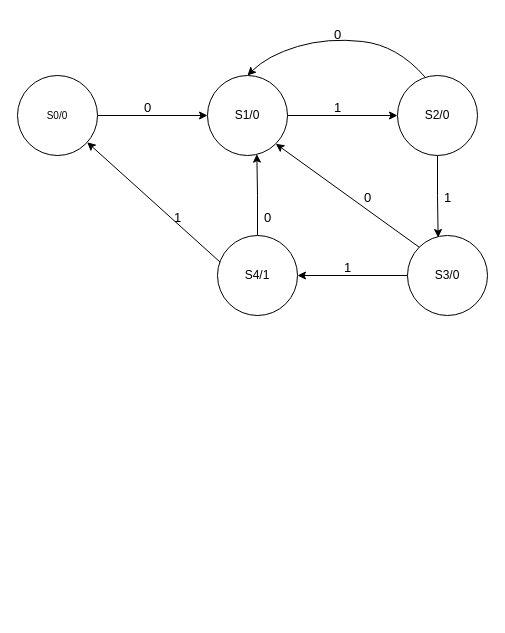
This is lab2.drawio from UIT20522097/UIT20522097.github.io, a draw.io file, before an edit. Source tidied: cells renumbered, new cells numbered last; positions are measured from the earlier drawing's top-left corner, leaving out a move shared by most shapes. Both pictures are drawn from the tidied source at 100%, with x=0, y=0 at pixel (17, 24).
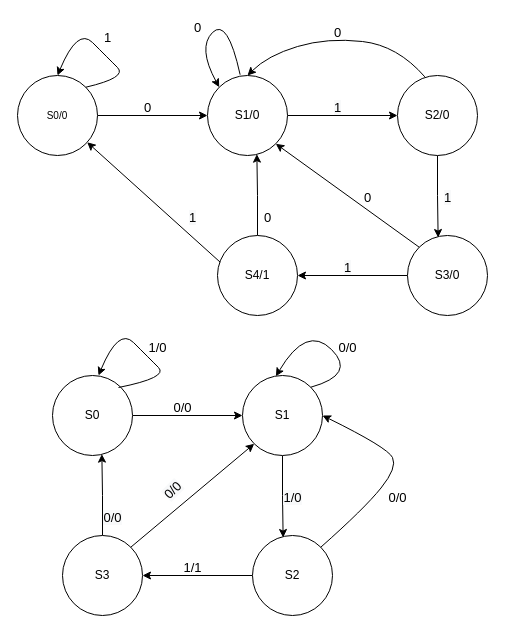
The same diagram, later.

Unchanged cells that the change refers to:
```xml
<mxCell id="3" value="&lt;font size=&quot;1&quot;&gt;S0/0&lt;/font&gt;" style="ellipse;whiteSpace=wrap;html=1;" parent="1" vertex="1">
  <mxGeometry y="51" width="80" height="80" as="geometry" />
</mxCell>
<mxCell id="7" value="S1/0" style="ellipse;whiteSpace=wrap;html=1;" parent="1" vertex="1">
  <mxGeometry x="190" y="51" width="80" height="80" as="geometry" />
</mxCell>
```

Diff of the diagram source:
```diff
@@
     <mxCell id="16" value="0" style="text;html=1;align=center;verticalAlign=middle;strokeColor=none;fillColor=none;fontSize=13;" parent="1" vertex="1">
-      <mxGeometry x="310" width="20" height="20" as="geometry" />
+      <mxGeometry x="310" y="-2" width="20" height="20" as="geometry" />
     </mxCell>
-    <mxCell id="17" value="1" style="text;html=1;align=center;verticalAlign=middle;strokeColor=none;fillColor=none;fontSize=13;" parent="1" vertex="1">
-      <mxGeometry x="310" y="73" width="20" height="20" as="geometry" />
+    <mxCell id="17" value="&#10;&#10;&lt;span style=&quot;color: rgb(0, 0, 0); font-family: helvetica; font-size: 13px; font-style: normal; font-weight: 400; letter-spacing: normal; text-align: center; text-indent: 0px; text-transform: none; word-spacing: 0px; background-color: rgb(248, 249, 250); display: inline; float: none;&quot;&gt;1&lt;/span&gt;&#10;&#10;" style="text;html=1;align=center;verticalAlign=middle;strokeColor=none;fillColor=none;fontSize=13;" parent="1" vertex="1">
+      <mxGeometry x="310" y="48" width="20" height="70" as="geometry" />
     </mxCell>
-    <mxCell id="18" value="1" style="text;html=1;align=center;verticalAlign=middle;strokeColor=none;fillColor=none;fontSize=13;" parent="1" vertex="1">
-      <mxGeometry x="420" y="163" width="20" height="20" as="geometry" />
+    <mxCell id="18" value="&#10;&#10;&lt;span style=&quot;color: rgb(0, 0, 0); font-family: helvetica; font-size: 13px; font-style: normal; font-weight: 400; letter-spacing: normal; text-align: center; text-indent: 0px; text-transform: none; word-spacing: 0px; background-color: rgb(248, 249, 250); display: inline; float: none;&quot;&gt;1&lt;/span&gt;&#10;&#10;" style="text;html=1;align=center;verticalAlign=middle;strokeColor=none;fillColor=none;fontSize=13;" parent="1" vertex="1">
+      <mxGeometry x="420" y="138" width="20" height="70" as="geometry" />
     </mxCell>
@@
-    <mxCell id="20" value="1" style="text;html=1;align=center;verticalAlign=middle;strokeColor=none;fillColor=none;fontSize=13;" parent="1" vertex="1">
-      <mxGeometry x="320" y="233" width="20" height="20" as="geometry" />
+    <mxCell id="20" value="&#10;&#10;&lt;span style=&quot;color: rgb(0, 0, 0); font-family: helvetica; font-size: 13px; font-style: normal; font-weight: 400; letter-spacing: normal; text-align: center; text-indent: 0px; text-transform: none; word-spacing: 0px; background-color: rgb(248, 249, 250); display: inline; float: none;&quot;&gt;1&lt;/span&gt;&#10;&#10;" style="text;html=1;align=center;verticalAlign=middle;strokeColor=none;fillColor=none;fontSize=13;" parent="1" vertex="1">
+      <mxGeometry x="320" y="208" width="20" height="70" as="geometry" />
     </mxCell>
@@
-    <mxCell id="22" value="1" style="text;html=1;align=center;verticalAlign=middle;strokeColor=none;fillColor=none;fontSize=13;" parent="1" vertex="1">
-      <mxGeometry x="150" y="183" width="20" height="20" as="geometry" />
+    <mxCell id="22" value="&#10;&#10;&lt;span style=&quot;color: rgb(0, 0, 0); font-family: helvetica; font-size: 13px; font-style: normal; font-weight: 400; letter-spacing: normal; text-align: center; text-indent: 0px; text-transform: none; word-spacing: 0px; background-color: rgb(248, 249, 250); display: inline; float: none;&quot;&gt;1&lt;/span&gt;&#10;&#10;" style="text;html=1;align=center;verticalAlign=middle;strokeColor=none;fillColor=none;fontSize=13;" parent="1" vertex="1">
+      <mxGeometry x="165" y="158" width="20" height="70" as="geometry" />
     </mxCell>
+    <mxCell id="23" style="curved=1;endArrow=classic;html=1;rounded=0;fontSize=13;exitX=1;exitY=0;exitDx=0;exitDy=0;entryX=0.5;entryY=0;entryDx=0;entryDy=0;" parent="1" edge="1" source="3" target="3">
+      <mxGeometry relative="1" as="geometry">
+        <Array as="points">
+          <mxPoint x="110" y="53" />
+          <mxPoint x="90" y="33" />
+          <mxPoint x="60" y="3" />
+        </Array>
+      </mxGeometry>
+    </mxCell>
+    <mxCell id="24" value="1" style="text;html=1;align=center;verticalAlign=middle;strokeColor=none;fillColor=none;fontSize=13;" parent="1" vertex="1">
+      <mxGeometry x="80" y="3" width="20" height="20" as="geometry" />
+    </mxCell>
+    <mxCell id="25" style="edgeStyle=orthogonalEdgeStyle;rounded=0;jettySize=auto;html=1;entryX=0.383;entryY=0.025;entryDx=0;entryDy=0;entryPerimeter=0;fontSize=13;" parent="1" edge="1" source="26" target="30">
+      <mxGeometry relative="1" as="geometry" />
+    </mxCell>
+    <mxCell id="26" value="S1" style="ellipse;whiteSpace=wrap;html=1;" parent="1" vertex="1">
+      <mxGeometry x="225" y="351" width="80" height="80" as="geometry" />
+    </mxCell>
+    <mxCell id="27" style="edgeStyle=orthogonalEdgeStyle;rounded=0;jettySize=auto;html=1;entryX=0;entryY=0.5;entryDx=0;entryDy=0;fontSize=13;" parent="1" edge="1" source="28" target="26">
+      <mxGeometry relative="1" as="geometry" />
+    </mxCell>
+    <mxCell id="28" value="S0" style="ellipse;whiteSpace=wrap;html=1;" parent="1" vertex="1">
+      <mxGeometry x="35" y="351" width="80" height="80" as="geometry" />
+    </mxCell>
+    <mxCell id="29" style="edgeStyle=orthogonalEdgeStyle;rounded=0;jettySize=auto;html=1;entryX=1;entryY=0.5;entryDx=0;entryDy=0;fontSize=13;" parent="1" edge="1" source="30" target="32">
+      <mxGeometry relative="1" as="geometry" />
+    </mxCell>
+    <mxCell id="30" value="S2" style="ellipse;whiteSpace=wrap;html=1;" parent="1" vertex="1">
+      <mxGeometry x="235" y="511" width="80" height="80" as="geometry" />
+    </mxCell>
+    <mxCell id="31" style="edgeStyle=orthogonalEdgeStyle;rounded=0;jettySize=auto;html=1;exitX=0.5;exitY=0;exitDx=0;exitDy=0;entryX=0.617;entryY=0.983;entryDx=0;entryDy=0;entryPerimeter=0;fontSize=13;" parent="1" edge="1" source="32" target="28">
+      <mxGeometry relative="1" as="geometry" />
+    </mxCell>
+    <mxCell id="32" value="S3" style="ellipse;whiteSpace=wrap;html=1;" parent="1" vertex="1">
+      <mxGeometry x="45" y="511" width="80" height="80" as="geometry" />
+    </mxCell>
+    <mxCell id="33" value="0/0" style="text;html=1;align=center;verticalAlign=middle;strokeColor=none;fillColor=none;fontSize=13;" parent="1" vertex="1">
+      <mxGeometry x="150" y="373" width="30" height="20" as="geometry" />
+    </mxCell>
+    <mxCell id="34" value="&#10;&#10;&lt;span style=&quot;color: rgb(0, 0, 0); font-family: helvetica; font-size: 13px; font-style: normal; font-weight: 400; letter-spacing: normal; text-align: center; text-indent: 0px; text-transform: none; word-spacing: 0px; background-color: rgb(248, 249, 250); display: inline; float: none;&quot;&gt;1/0&lt;/span&gt;&#10;&#10;" style="text;html=1;align=center;verticalAlign=middle;strokeColor=none;fillColor=none;fontSize=13;" parent="1" vertex="1">
+      <mxGeometry x="260" y="438" width="30" height="70" as="geometry" />
+    </mxCell>
+    <mxCell id="35" value="1/1" style="text;html=1;align=center;verticalAlign=middle;strokeColor=none;fillColor=none;fontSize=13;" parent="1" vertex="1">
+      <mxGeometry x="160" y="533" width="30" height="20" as="geometry" />
+    </mxCell>
+    <mxCell id="36" value="&#10;&#10;&lt;span style=&quot;color: rgb(0, 0, 0); font-family: helvetica; font-size: 13px; font-style: normal; font-weight: 400; letter-spacing: normal; text-align: center; text-indent: 0px; text-transform: none; word-spacing: 0px; background-color: rgb(248, 249, 250); display: inline; float: none;&quot;&gt;0/0&lt;/span&gt;&#10;&#10;" style="text;html=1;align=center;verticalAlign=middle;strokeColor=none;fillColor=none;fontSize=13;" parent="1" vertex="1">
+      <mxGeometry x="80" y="458" width="30" height="70" as="geometry" />
+    </mxCell>
+    <mxCell id="37" style="curved=1;endArrow=classic;html=1;rounded=0;fontSize=13;exitX=0.408;exitY=-0.01;exitDx=0;exitDy=0;exitPerimeter=0;entryX=0;entryY=0;entryDx=0;entryDy=0;" parent="1" edge="1" source="7" target="7">
+      <mxGeometry relative="1" as="geometry">
+        <Array as="points">
+          <mxPoint x="210" y="-7" />
+          <mxPoint x="180" y="23" />
+        </Array>
+      </mxGeometry>
+    </mxCell>
+    <mxCell id="38" value="0" style="text;html=1;align=center;verticalAlign=middle;strokeColor=none;fillColor=none;fontSize=13;" parent="1" vertex="1">
+      <mxGeometry x="170" y="-7" width="20" height="20" as="geometry" />
+    </mxCell>
+    <mxCell id="39" value="1/0" style="curved=1;endArrow=classic;html=1;rounded=0;fontSize=13;entryX=0.5;entryY=0;entryDx=0;entryDy=0;" parent="1" edge="1">
+      <mxGeometry x="-0.08" y="-13" relative="1" as="geometry">
+        <mxPoint x="101" y="363" as="sourcePoint" />
+        <mxPoint x="81" y="351" as="targetPoint" />
+        <Array as="points">
+          <mxPoint x="151" y="353" />
+          <mxPoint x="131" y="333" />
+          <mxPoint x="101" y="303" />
+        </Array>
+      </mxGeometry>
+    </mxCell>
+    <mxCell id="40" style="curved=1;endArrow=classic;html=1;rounded=0;fontSize=13;exitX=1;exitY=0;exitDx=0;exitDy=0;entryX=0.418;entryY=0.01;entryDx=0;entryDy=0;entryPerimeter=0;" parent="1" edge="1" source="26" target="26">
+      <mxGeometry relative="1" as="geometry">
+        <Array as="points">
+          <mxPoint x="339" y="350" />
+          <mxPoint x="289" y="300" />
+        </Array>
+      </mxGeometry>
+    </mxCell>
+    <mxCell id="41" value="0/0" style="text;html=1;align=center;verticalAlign=middle;strokeColor=none;fillColor=none;fontSize=13;" parent="1" vertex="1">
+      <mxGeometry x="315" y="313" width="30" height="20" as="geometry" />
+    </mxCell>
+    <mxCell id="42" style="endArrow=classic;html=1;rounded=0;fontSize=13;exitX=1;exitY=0;exitDx=0;exitDy=0;entryX=0;entryY=1;entryDx=0;entryDy=0;" parent="1" edge="1" source="32" target="26">
+      <mxGeometry relative="1" as="geometry" />
+    </mxCell>
+    <mxCell id="43" value="&#10;&#10;&lt;span style=&quot;color: rgb(0, 0, 0); font-family: helvetica; font-size: 13px; font-style: normal; font-weight: 400; letter-spacing: normal; text-align: center; text-indent: 0px; text-transform: none; word-spacing: 0px; background-color: rgb(248, 249, 250); display: inline; float: none;&quot;&gt;0/0&lt;/span&gt;&#10;&#10;" style="text;html=1;align=center;verticalAlign=middle;strokeColor=none;fillColor=none;fontSize=13;rotation=-45;" parent="1" vertex="1">
+      <mxGeometry x="140" y="431" width="30" height="70" as="geometry" />
+    </mxCell>
+    <mxCell id="44" style="curved=1;endArrow=classic;html=1;rounded=0;fontSize=13;exitX=1;exitY=0;exitDx=0;exitDy=0;entryX=1;entryY=0.5;entryDx=0;entryDy=0;" parent="1" edge="1" source="30" target="26">
+      <mxGeometry relative="1" as="geometry">
+        <Array as="points">
+          <mxPoint x="347" y="484" />
+          <mxPoint x="380" y="443" />
+          <mxPoint x="370" y="423" />
+        </Array>
+      </mxGeometry>
+    </mxCell>
+    <mxCell id="45" value="0/0&lt;br&gt;" style="text;html=1;align=center;verticalAlign=middle;strokeColor=none;fillColor=none;fontSize=13;" parent="1" vertex="1">
+      <mxGeometry x="365" y="463" width="30" height="20" as="geometry" />
+    </mxCell>
```
